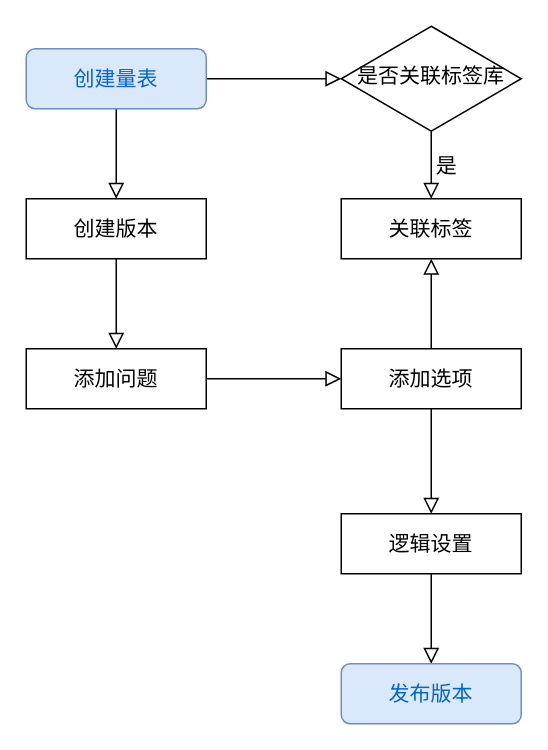
This is page "问卷管理系统" (2 of 4) of C端.drawio from star-devil/diagramsFiles, a draw.io file, before an edit. Source tidied: cells renumbered, new cells numbered last; positions are measured from the earlier drawing's top-left corner, leaving out a move shared by most shapes. Both pictures are drawn from the tidied source at 150%, with x=0, y=0 at pixel (26, 26).
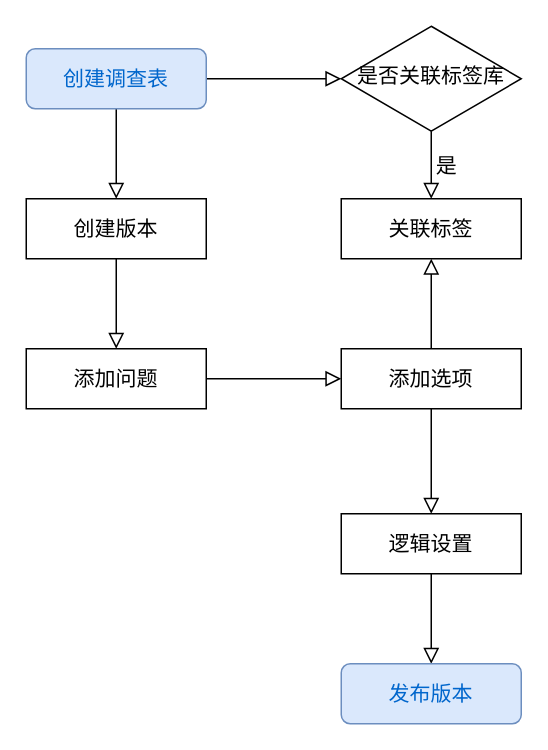
Above is the later version.

Change to the diagram source:
```diff
@@
 <mxGraphModel>
   <root>
     <mxCell id="0" />
     <mxCell id="1" parent="0" />
     <mxCell id="2" style="rounded=0;html=1;jettySize=auto;fontSize=14;endArrow=block;endFill=0;endSize=8;strokeWidth=1;shadow=0;labelBackgroundColor=none;edgeStyle=orthogonalEdgeStyle;" parent="1" edge="1" source="4" target="6">
       <mxGeometry relative="1" as="geometry" />
     </mxCell>
     <mxCell id="3" style="edgeStyle=orthogonalEdgeStyle;shape=connector;rounded=0;jettySize=auto;html=1;exitX=0.5;exitY=1;exitDx=0;exitDy=0;shadow=0;labelBackgroundColor=none;strokeColor=default;strokeWidth=1;fontFamily=Helvetica;fontSize=14;fontColor=#0066CC;endArrow=block;endFill=0;endSize=8;" parent="1" edge="1" source="4" target="8">
       <mxGeometry relative="1" as="geometry" />
     </mxCell>
-    <mxCell id="4" value="创建量表" style="rounded=1;whiteSpace=wrap;html=1;fontSize=14;glass=0;strokeWidth=1;shadow=0;fillColor=#dae8fc;strokeColor=#6c8ebf;fontColor=#0066CC;" parent="1" vertex="1">
+    <mxCell id="4" value="创建调查表" style="rounded=1;whiteSpace=wrap;html=1;fontSize=14;glass=0;strokeWidth=1;shadow=0;fillColor=#dae8fc;strokeColor=#6c8ebf;fontColor=#0066CC;" parent="1" vertex="1">
       <mxGeometry y="15" width="120" height="40" as="geometry" />
     </mxCell>
     <mxCell id="5" value="是" style="edgeStyle=orthogonalEdgeStyle;rounded=0;html=1;jettySize=auto;fontSize=14;endArrow=block;endFill=0;endSize=8;strokeWidth=1;shadow=0;labelBackgroundColor=none;" parent="1" edge="1" source="6" target="11">
       <mxGeometry y="10" relative="1" as="geometry" />
     </mxCell>
     <mxCell id="6" value="是否关联标签库" style="rhombus;whiteSpace=wrap;html=1;shadow=0;fontFamily=Helvetica;fontSize=14;align=center;strokeWidth=1;spacing=6;spacingTop=-4;" parent="1" vertex="1">
       <mxGeometry x="210" width="120" height="70" as="geometry" />
     </mxCell>
     <mxCell id="7" style="edgeStyle=orthogonalEdgeStyle;shape=connector;rounded=0;jettySize=auto;html=1;shadow=0;labelBackgroundColor=none;strokeColor=default;strokeWidth=1;fontFamily=Helvetica;fontSize=14;fontColor=#0066CC;endArrow=block;endFill=0;endSize=8;" parent="1" edge="1" source="8" target="10">
       <mxGeometry relative="1" as="geometry" />
     </mxCell>
     <mxCell id="8" value="创建版本" style="rounded=0;whiteSpace=wrap;html=1;fontSize=14;" parent="1" vertex="1">
       <mxGeometry y="115" width="120" height="40" as="geometry" />
     </mxCell>
     <mxCell id="9" style="edgeStyle=orthogonalEdgeStyle;shape=connector;rounded=0;jettySize=auto;html=1;exitX=1;exitY=0.5;exitDx=0;exitDy=0;shadow=0;labelBackgroundColor=none;strokeColor=default;strokeWidth=1;fontFamily=Helvetica;fontSize=14;fontColor=#0066CC;endArrow=block;endFill=0;endSize=8;" parent="1" edge="1" source="10" target="14">
       <mxGeometry relative="1" as="geometry" />
     </mxCell>
     <mxCell id="10" value="添加问题" style="whiteSpace=wrap;html=1;rounded=0;fontSize=14;" parent="1" vertex="1">
       <mxGeometry y="215" width="120" height="40" as="geometry" />
     </mxCell>
     <mxCell id="11" value="关联标签" style="rounded=0;whiteSpace=wrap;html=1;fontSize=14;" parent="1" vertex="1">
       <mxGeometry x="210" y="115" width="120" height="40" as="geometry" />
     </mxCell>
     <mxCell id="12" style="edgeStyle=orthogonalEdgeStyle;shape=connector;rounded=0;jettySize=auto;html=1;exitX=0.5;exitY=0;exitDx=0;exitDy=0;entryX=0.5;entryY=1;entryDx=0;entryDy=0;shadow=0;labelBackgroundColor=none;strokeColor=default;strokeWidth=1;fontFamily=Helvetica;fontSize=14;fontColor=#0066CC;endArrow=block;endFill=0;endSize=8;" parent="1" edge="1" source="14" target="11">
       <mxGeometry relative="1" as="geometry" />
     </mxCell>
     <mxCell id="13" style="edgeStyle=orthogonalEdgeStyle;shape=connector;rounded=0;jettySize=auto;html=1;exitX=0.5;exitY=1;exitDx=0;exitDy=0;entryX=0.5;entryY=0;entryDx=0;entryDy=0;shadow=0;labelBackgroundColor=none;strokeColor=default;strokeWidth=1;fontFamily=Helvetica;fontSize=14;fontColor=#0066CC;endArrow=block;endFill=0;endSize=8;" parent="1" edge="1" source="14" target="16">
       <mxGeometry relative="1" as="geometry" />
     </mxCell>
     <mxCell id="14" value="添加选项" style="whiteSpace=wrap;html=1;rounded=0;fontSize=14;" parent="1" vertex="1">
       <mxGeometry x="210" y="215" width="120" height="40" as="geometry" />
     </mxCell>
     <mxCell id="15" style="edgeStyle=orthogonalEdgeStyle;shape=connector;rounded=0;jettySize=auto;html=1;exitX=0.5;exitY=1;exitDx=0;exitDy=0;entryX=0.5;entryY=0;entryDx=0;entryDy=0;shadow=0;labelBackgroundColor=none;strokeColor=default;strokeWidth=1;fontFamily=Helvetica;fontSize=14;fontColor=#0066CC;endArrow=block;endFill=0;endSize=8;" parent="1" edge="1" source="16" target="17">
       <mxGeometry relative="1" as="geometry" />
     </mxCell>
     <mxCell id="16" value="逻辑设置" style="whiteSpace=wrap;html=1;rounded=0;fontSize=14;" parent="1" vertex="1">
       <mxGeometry x="210" y="325" width="120" height="40" as="geometry" />
     </mxCell>
     <mxCell id="17" value="发布版本" style="rounded=1;whiteSpace=wrap;html=1;fillColor=#dae8fc;strokeColor=#6c8ebf;fontColor=#0066CC;fontSize=14;" parent="1" vertex="1">
       <mxGeometry x="210" y="425" width="120" height="40" as="geometry" />
     </mxCell>
   </root>
 </mxGraphModel>
```
